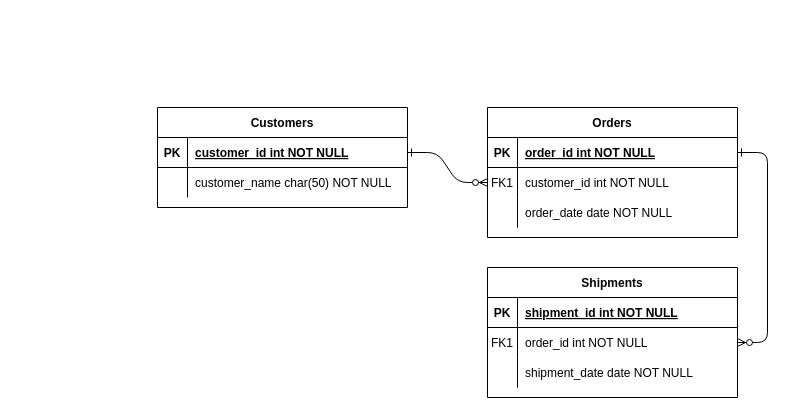
Before: docs/modelos_datos/entidad_relacion.drawio in PobladoRestringido/prog2-25-B2, a draw.io diagram. Source tidied: cells renumbered, new cells numbered last; positions are measured from the earlier drawing's top-left corner, leaving out a move shared by most shapes. Both pictures are drawn from the tidied source at 100%, with x=0, y=0 at pixel (157, 107).
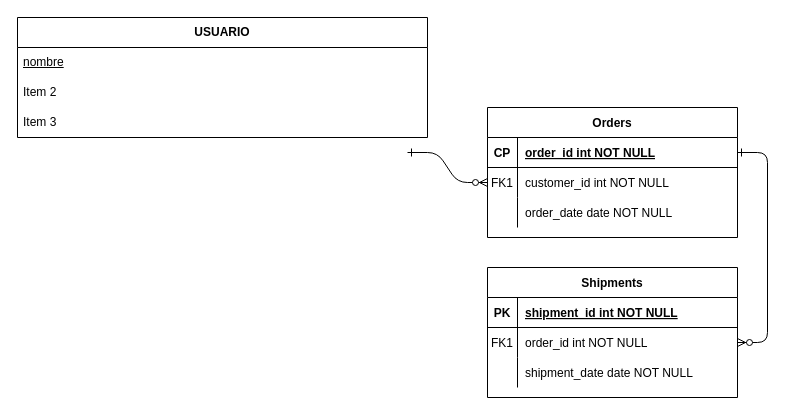
Above is the later version.

Unchanged cells that the change refers to:
```xml
<mxCell id="5" style="shape=partialRectangle;fillColor=none;points=[[0,0.5],[1,0.5]];portConstraint=eastwest;top=0;left=0;right=0;bottom=1;" parent="4" vertex="1">
  <mxGeometry y="30" width="250" height="30" as="geometry" />
</mxCell>
<mxCell id="8" style="shape=partialRectangle;fillColor=none;points=[[0,0.5],[1,0.5]];portConstraint=eastwest;top=0;left=0;right=0;bottom=0;" parent="4" vertex="1">
  <mxGeometry y="60" width="250" height="30" as="geometry" />
</mxCell>
```

Change to the diagram source:
```diff
@@
-    <mxCell id="2" style="edgeStyle=entityRelationEdgeStyle;endArrow=ERzeroToMany;startArrow=ERone;endFill=1;startFill=0;" parent="1" edge="1" source="25" target="8">
-      <mxGeometry relative="1" as="geometry" />
+    <mxCell id="2" style="edgeStyle=entityRelationEdgeStyle;endArrow=ERzeroToMany;startArrow=ERone;endFill=1;startFill=0;" parent="1" edge="1" target="8">
+      <mxGeometry relative="1" as="geometry">
+        <mxPoint x="250" y="45" as="sourcePoint" />
+      </mxGeometry>
     </mxCell>
@@
-    <mxCell id="6" value="PK" style="shape=partialRectangle;overflow=hidden;fillColor=none;top=0;left=0;bottom=0;right=0;fontStyle=1;" parent="5" vertex="1">
+    <mxCell id="6" value="CP" style="shape=partialRectangle;overflow=hidden;fillColor=none;top=0;left=0;bottom=0;right=0;fontStyle=1;" parent="5" vertex="1">
       <mxGeometry width="30" height="30" as="geometry" />
     </mxCell>
@@
-    <mxCell id="24" value="Customers" style="shape=table;startSize=30;childLayout=tableLayout;rowLines=0;fontStyle=1;align=center;" parent="1" vertex="1">
-      <mxGeometry width="250" height="100" as="geometry" />
-    </mxCell>
-    <mxCell id="25" style="shape=partialRectangle;fillColor=none;points=[[0,0.5],[1,0.5]];portConstraint=eastwest;top=0;left=0;right=0;bottom=1;" parent="24" vertex="1">
-      <mxGeometry y="30" width="250" height="30" as="geometry" />
-    </mxCell>
-    <mxCell id="26" value="PK" style="shape=partialRectangle;overflow=hidden;fillColor=none;top=0;left=0;bottom=0;right=0;fontStyle=1;" parent="25" vertex="1">
-      <mxGeometry width="30" height="30" as="geometry" />
-    </mxCell>
-    <mxCell id="27" value="customer_id int NOT NULL " style="shape=partialRectangle;overflow=hidden;fillColor=none;top=0;left=0;bottom=0;right=0;align=left;spacingLeft=6;fontStyle=5;" parent="25" vertex="1">
-      <mxGeometry x="30" width="220" height="30" as="geometry" />
-    </mxCell>
-    <mxCell id="28" style="shape=partialRectangle;fillColor=none;top=0;left=0;right=0;bottom=0;" parent="24" vertex="1">
-      <mxGeometry y="60" width="250" height="30" as="geometry" />
-    </mxCell>
-    <mxCell id="29" style="shape=partialRectangle;overflow=hidden;fillColor=none;top=0;left=0;bottom=0;right=0;" parent="28" vertex="1">
-      <mxGeometry width="30" height="30" as="geometry" />
-    </mxCell>
-    <mxCell id="30" value="customer_name char(50) NOT NULL" style="shape=partialRectangle;overflow=hidden;fillColor=none;top=0;left=0;bottom=0;right=0;align=left;spacingLeft=6;" parent="28" vertex="1">
-      <mxGeometry x="30" width="220" height="30" as="geometry" />
-    </mxCell>
+    <mxCell id="31" value="&lt;b&gt;USUARIO&lt;/b&gt;" style="swimlane;fontStyle=0;horizontal=1;startSize=30;whiteSpace=wrap;html=1;" parent="1" vertex="1">
+      <mxGeometry x="-140" y="-90" width="410" height="120" as="geometry" />
+    </mxCell>
+    <mxCell id="32" value="&lt;u&gt;nombre&lt;/u&gt;" style="text;strokeColor=none;fillColor=none;align=left;verticalAlign=middle;spacingLeft=4;spacingRight=4;overflow=hidden;whiteSpace=wrap;html=1;" parent="31" vertex="1">
+      <mxGeometry y="30" width="410" height="30" as="geometry" />
+    </mxCell>
+    <mxCell id="33" value="Item 2" style="text;strokeColor=none;fillColor=none;align=left;verticalAlign=middle;spacingLeft=4;spacingRight=4;overflow=hidden;whiteSpace=wrap;html=1;" parent="31" vertex="1">
+      <mxGeometry y="60" width="410" height="30" as="geometry" />
+    </mxCell>
+    <mxCell id="34" value="Item 3" style="text;strokeColor=none;fillColor=none;align=left;verticalAlign=middle;spacingLeft=4;spacingRight=4;overflow=hidden;whiteSpace=wrap;html=1;" parent="31" vertex="1">
+      <mxGeometry y="90" width="410" height="30" as="geometry" />
+    </mxCell>
```
